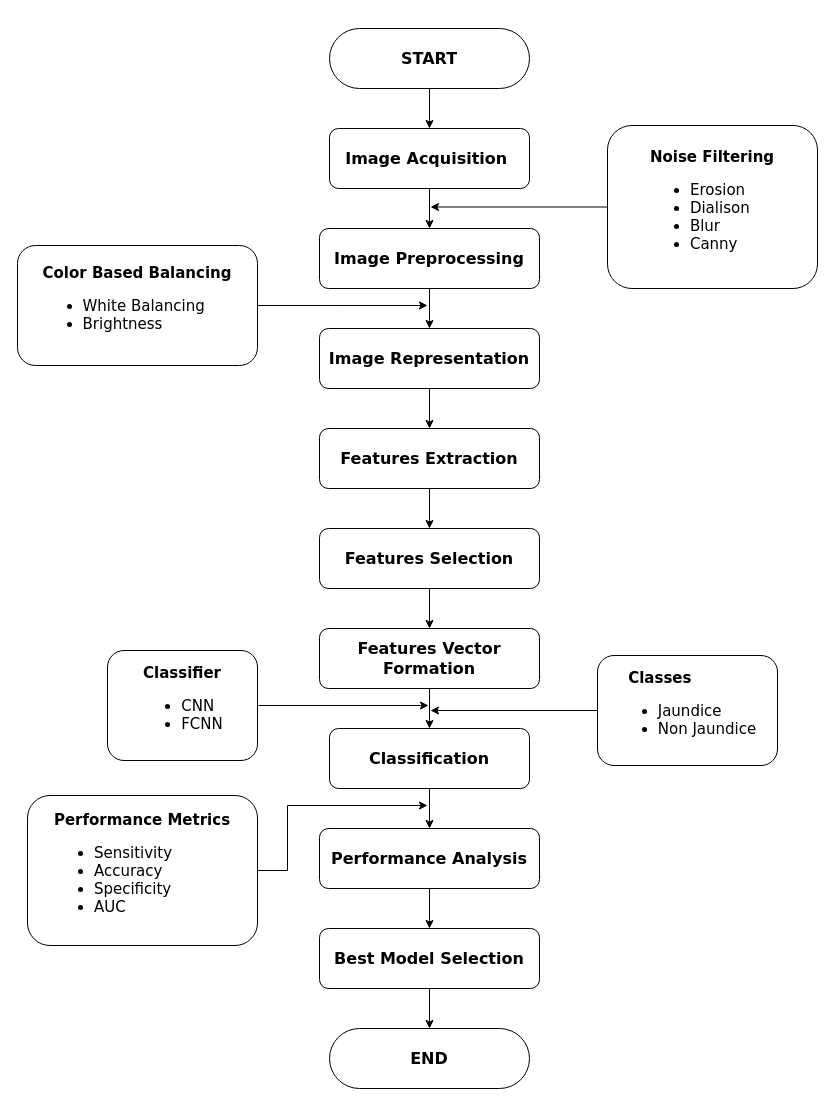
fahimulkabir/Thesis keeps this draw.io diagram as Final.drawio. Above is the earlier version. Source tidied: cells renumbered, new cells numbered last; positions are measured from the earlier drawing's top-left corner, leaving out a move shared by most shapes. Both pictures are drawn from the tidied source at 100%, with x=0, y=0 at pixel (17, 28).
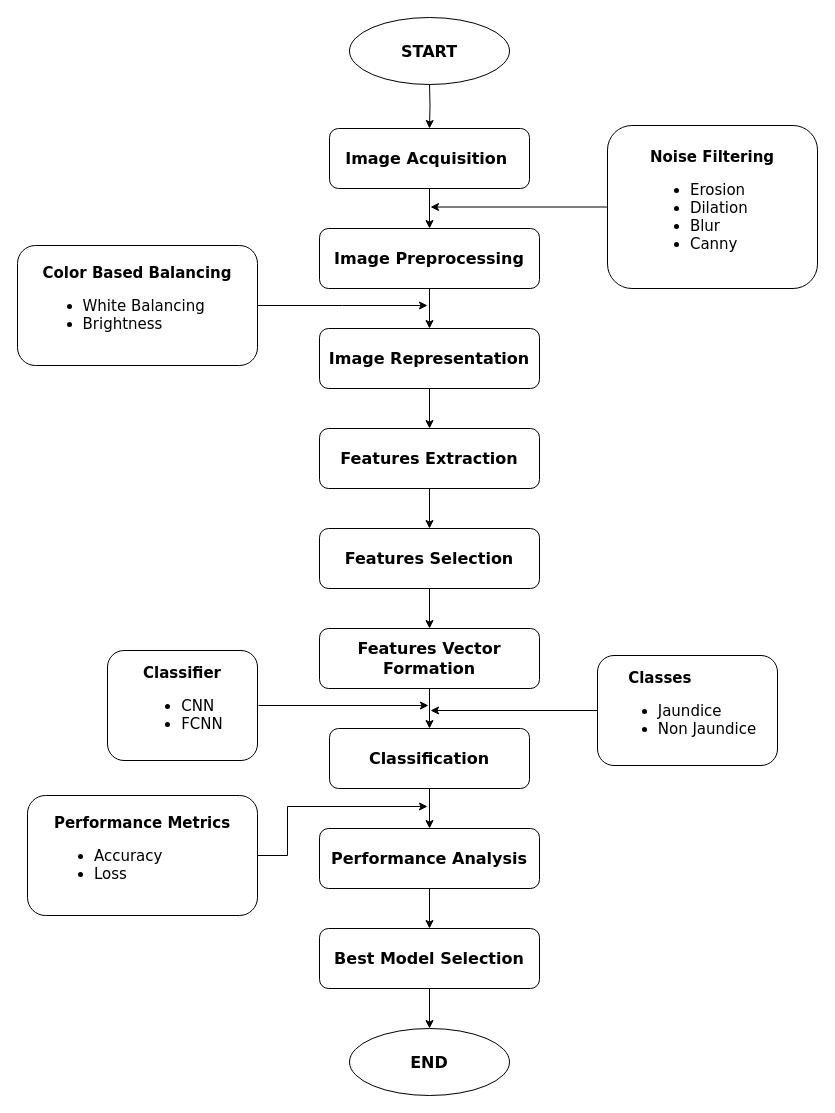
After the change.

Unchanged cells that the change refers to:
```xml
<mxCell id="5" value="&lt;font&gt;&lt;b style=&quot;font-size: 16px;&quot;&gt;Image A&lt;/b&gt;&lt;span style=&quot;font-size: 16px;&quot;&gt;&lt;b&gt;cquisition&lt;/b&gt;&lt;/span&gt;&lt;b style=&quot;font-size: 16px;&quot;&gt;&amp;nbsp;&lt;/b&gt;&lt;/font&gt;" style="rounded=1;whiteSpace=wrap;html=1;fontFamily=Verdana;" parent="1" vertex="1">
  <mxGeometry x="312" y="100" width="200" height="60" as="geometry" />
</mxCell>
<mxCell id="21" value="&lt;font&gt;&lt;span style=&quot;font-size: 16px;&quot;&gt;&lt;b&gt;Best Model Selection&lt;/b&gt;&lt;/span&gt;&lt;/font&gt;" style="rounded=1;whiteSpace=wrap;html=1;fontFamily=Verdana;" parent="1" vertex="1">
  <mxGeometry x="302" y="900" width="220" height="60" as="geometry" />
</mxCell>
```

The edit, as a diff of the source:
```diff
@@
-    <mxCell id="2" style="edgeStyle=orthogonalEdgeStyle;rounded=0;jettySize=auto;html=1;exitX=0.5;exitY=1;exitDx=0;exitDy=0;entryX=0.5;entryY=0;entryDx=0;entryDy=0;fontFamily=Verdana;fontSize=16;" parent="1" edge="1" source="3" target="5">
-      <mxGeometry relative="1" as="geometry" />
-    </mxCell>
-    <mxCell id="3" value="&lt;font size=&quot;1&quot;&gt;&lt;b style=&quot;font-size: 16px;&quot;&gt;START&lt;/b&gt;&lt;/font&gt;" style="rounded=1;whiteSpace=wrap;html=1;fontFamily=Verdana;strokeWidth=1;arcSize=50;" parent="1" vertex="1">
-      <mxGeometry x="312" width="200" height="60" as="geometry" />
-    </mxCell>
@@
-    <mxCell id="20" style="edgeStyle=orthogonalEdgeStyle;rounded=0;jettySize=auto;html=1;exitX=0.5;exitY=1;exitDx=0;exitDy=0;entryX=0.5;entryY=0;entryDx=0;entryDy=0;fontFamily=Verdana;fontSize=16;" parent="1" edge="1" source="21" target="22">
+    <mxCell id="20" style="edgeStyle=orthogonalEdgeStyle;rounded=0;jettySize=auto;html=1;entryX=0.5;entryY=0;entryDx=0;entryDy=0;" parent="1" edge="1" source="21" target="22">
       <mxGeometry relative="1" as="geometry" />
     </mxCell>
@@
-    <mxCell id="22" value="&lt;font size=&quot;1&quot;&gt;&lt;b style=&quot;font-size: 16px;&quot;&gt;END&lt;/b&gt;&lt;/font&gt;" style="rounded=1;whiteSpace=wrap;html=1;fontFamily=Verdana;arcSize=50;" parent="1" vertex="1">
-      <mxGeometry x="312" y="1000" width="200" height="60" as="geometry" />
-    </mxCell>
@@
-    <mxCell id="24" value="&lt;font style=&quot;&quot;&gt;&lt;b style=&quot;font-size: 15px;&quot;&gt;Noise&lt;/b&gt;&lt;b style=&quot;font-size: 15px;&quot;&gt;&amp;nbsp;Filtering&lt;/b&gt;&lt;br&gt;&lt;div style=&quot;text-align: left;&quot;&gt;&lt;ul style=&quot;&quot;&gt;&lt;li style=&quot;font-size: 15px; font-weight: bold;&quot;&gt;&lt;span style=&quot;background-color: initial; font-weight: normal;&quot;&gt;Erosion&lt;/span&gt;&lt;/li&gt;&lt;li style=&quot;&quot;&gt;&lt;font&gt;Dialison&amp;nbsp;&lt;/font&gt;&lt;br&gt;&lt;/li&gt;&lt;li style=&quot;font-size: 15px; font-weight: bold;&quot;&gt;&lt;span style=&quot;background-color: initial; font-weight: normal;&quot;&gt;Blur&lt;/span&gt;&lt;/li&gt;&lt;li style=&quot;font-size: 15px; font-weight: bold;&quot;&gt;&lt;span style=&quot;background-color: initial; font-weight: normal;&quot;&gt;Canny&lt;/span&gt;&lt;/li&gt;&lt;/ul&gt;&lt;/div&gt;&lt;/font&gt;" style="rounded=1;whiteSpace=wrap;html=1;fontFamily=Verdana;fontSize=15;shadow=0;glass=0;sketch=0;" parent="1" vertex="1">
+    <mxCell id="24" value="&lt;font style=&quot;&quot;&gt;&lt;b style=&quot;font-size: 15px;&quot;&gt;Noise&lt;/b&gt;&lt;b style=&quot;font-size: 15px;&quot;&gt;&amp;nbsp;Filtering&lt;/b&gt;&lt;br&gt;&lt;div style=&quot;text-align: left;&quot;&gt;&lt;ul style=&quot;&quot;&gt;&lt;li style=&quot;font-size: 15px; font-weight: bold;&quot;&gt;&lt;span style=&quot;background-color: initial; font-weight: normal;&quot;&gt;Erosion&lt;/span&gt;&lt;/li&gt;&lt;li style=&quot;&quot;&gt;&lt;font&gt;Dilation&lt;/font&gt;&lt;br&gt;&lt;/li&gt;&lt;li style=&quot;font-size: 15px; font-weight: bold;&quot;&gt;&lt;span style=&quot;background-color: initial; font-weight: normal;&quot;&gt;Blur&lt;/span&gt;&lt;/li&gt;&lt;li style=&quot;font-size: 15px; font-weight: bold;&quot;&gt;&lt;span style=&quot;background-color: initial; font-weight: normal;&quot;&gt;Canny&lt;/span&gt;&lt;/li&gt;&lt;/ul&gt;&lt;/div&gt;&lt;/font&gt;" style="rounded=1;whiteSpace=wrap;html=1;fontFamily=Verdana;fontSize=15;shadow=0;glass=0;sketch=0;" parent="1" vertex="1">
       <mxGeometry x="590" y="97" width="210" height="163" as="geometry" />
     </mxCell>
@@
-    <mxCell id="31" style="edgeStyle=orthogonalEdgeStyle;rounded=0;jettySize=auto;html=1;fontFamily=Verdana;fontSize=15;" parent="1" edge="1" source="32">
+    <mxCell id="31" style="edgeStyle=orthogonalEdgeStyle;rounded=0;orthogonalLoop=1;jettySize=auto;html=1;fontFamily=Verdana;fontSize=15;" parent="1" edge="1">
       <mxGeometry relative="1" as="geometry">
-        <mxPoint x="410" y="777" as="targetPoint" />
+        <mxPoint x="240" y="843" as="sourcePoint" />
+        <mxPoint x="410" y="778" as="targetPoint" />
         <Array as="points">
-          <mxPoint x="270" y="842" />
-          <mxPoint x="270" y="777" />
+          <mxPoint x="240" y="827" />
+          <mxPoint x="270" y="827" />
+          <mxPoint x="270" y="778" />
         </Array>
       </mxGeometry>
     </mxCell>
-    <mxCell id="32" value="&lt;span style=&quot;background-color: initial; text-align: left;&quot;&gt;&lt;b&gt;Performance Metrics&lt;/b&gt;&lt;br&gt;&lt;div style=&quot;text-align: left;&quot;&gt;&lt;ul style=&quot;&quot;&gt;&lt;li style=&quot;&quot;&gt;&lt;span style=&quot;background-color: initial; text-align: center;&quot;&gt;Sensitivity&lt;/span&gt;&lt;/li&gt;&lt;li style=&quot;&quot;&gt;&lt;span style=&quot;background-color: initial;&quot;&gt;Accuracy&lt;/span&gt;&lt;/li&gt;&lt;li style=&quot;&quot;&gt;&lt;span style=&quot;background-color: initial;&quot;&gt;Specificity&lt;/span&gt;&lt;/li&gt;&lt;li style=&quot;&quot;&gt;&lt;span style=&quot;background-color: initial;&quot;&gt;AUC&lt;/span&gt;&lt;/li&gt;&lt;/ul&gt;&lt;/div&gt;&lt;/span&gt;" style="rounded=1;whiteSpace=wrap;html=1;fontFamily=Verdana;fontSize=15;shadow=0;glass=0;sketch=0;" parent="1" vertex="1">
-      <mxGeometry x="10" y="767" width="230" height="150" as="geometry" />
+    <mxCell id="32" value="&lt;span style=&quot;background-color: initial; text-align: left;&quot;&gt;&lt;b&gt;Performance Metrics&lt;br&gt;&lt;/b&gt;&lt;div style=&quot;text-align: left;&quot;&gt;&lt;ul style=&quot;&quot;&gt;&lt;li style=&quot;&quot;&gt;&lt;span style=&quot;background-color: initial;&quot;&gt;Accuracy&lt;/span&gt;&lt;/li&gt;&lt;li style=&quot;&quot;&gt;Loss&lt;/li&gt;&lt;/ul&gt;&lt;/div&gt;&lt;/span&gt;" style="rounded=1;whiteSpace=wrap;html=1;fontFamily=Verdana;fontSize=15;shadow=0;glass=0;sketch=0;" parent="1" vertex="1">
+      <mxGeometry x="10" y="767" width="230" height="120" as="geometry" />
     </mxCell>
+    <mxCell id="33" style="edgeStyle=orthogonalEdgeStyle;rounded=0;jettySize=auto;html=1;entryX=0.5;entryY=0;entryDx=0;entryDy=0;" parent="1" edge="1" target="5">
+      <mxGeometry relative="1" as="geometry">
+        <mxPoint x="412" y="54" as="sourcePoint" />
+      </mxGeometry>
+    </mxCell>
+    <mxCell id="3" value="&lt;b style=&quot;font-family: Verdana; font-size: 16px;&quot;&gt;START&lt;/b&gt;" style="ellipse;whiteSpace=wrap;html=1;" parent="1" vertex="1">
+      <mxGeometry x="332" y="-11" width="160" height="67" as="geometry" />
+    </mxCell>
+    <mxCell id="22" value="&lt;b style=&quot;font-family: Verdana; font-size: 16px;&quot;&gt;END&lt;/b&gt;" style="ellipse;whiteSpace=wrap;html=1;" parent="1" vertex="1">
+      <mxGeometry x="332" y="1000" width="160" height="67" as="geometry" />
+    </mxCell>
```
